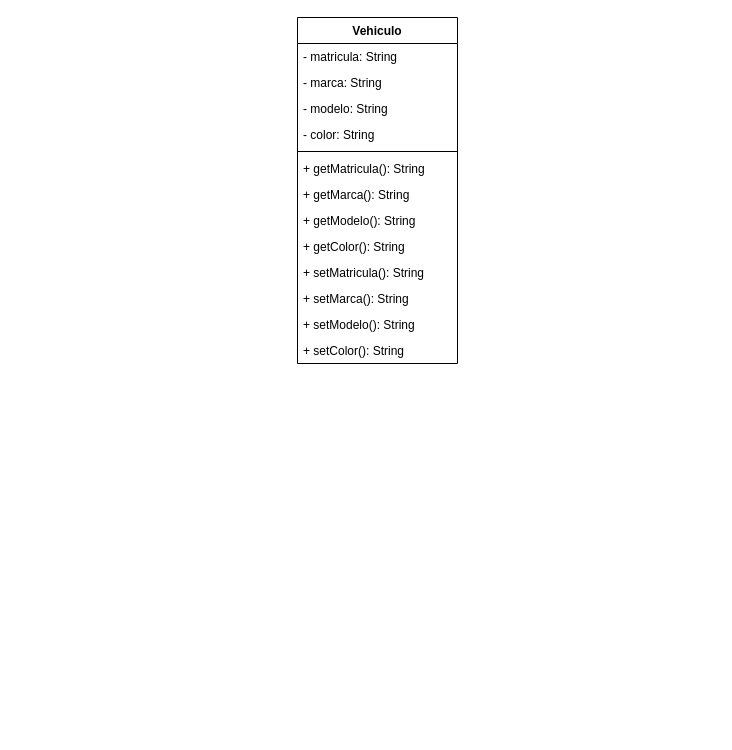
Above: Diagrama sin título.drawio in klichorf/diagramas (draw.io), before the change. Source tidied: cells renumbered, new cells numbered last; positions are measured from the earlier drawing's top-left corner, leaving out a move shared by most shapes. Both pictures are drawn from the tidied source at 100%, with x=0, y=0 at pixel (297, 17).
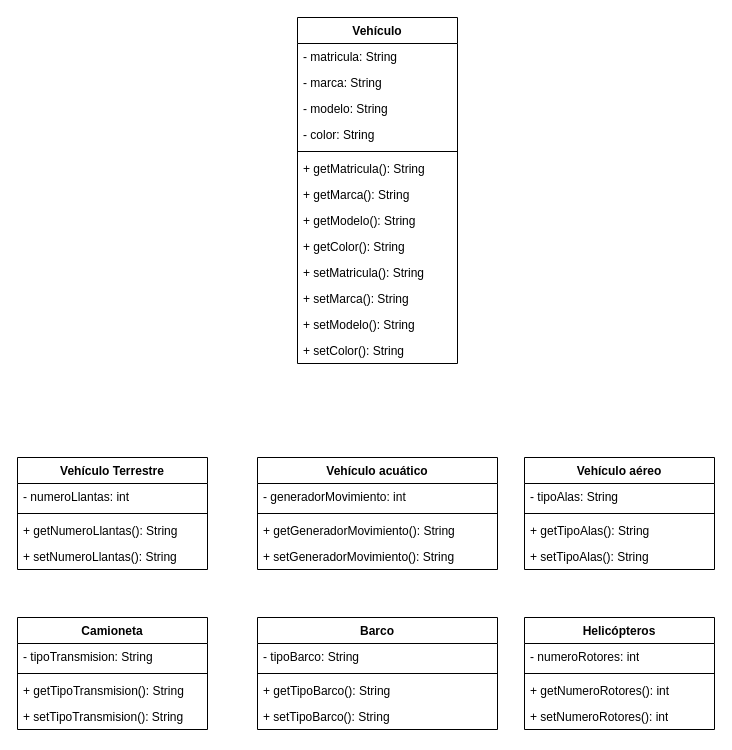
The same diagram, later.

Change to the diagram source:
```diff
@@
-    <mxCell id="2" value="Vehiculo" style="swimlane;fontStyle=1;align=center;verticalAlign=top;horizontal=1;startSize=26;whiteSpace=wrap;html=1;" parent="1" vertex="1">
+    <mxCell id="2" value="Vehículo" style="swimlane;fontStyle=1;align=center;verticalAlign=top;horizontal=1;startSize=26;whiteSpace=wrap;html=1;" parent="1" vertex="1">
       <mxGeometry width="160" height="346" as="geometry" />
     </mxCell>
@@
+    <mxCell id="16" value="Vehículo Terrestre" style="swimlane;fontStyle=1;align=center;verticalAlign=top;horizontal=1;startSize=26;whiteSpace=wrap;html=1;" parent="1" vertex="1">
+      <mxGeometry x="-280" y="440" width="190" height="112" as="geometry" />
+    </mxCell>
+    <mxCell id="17" value="- numeroLlantas: int&lt;div&gt;&lt;br&gt;&lt;/div&gt;" style="text;strokeColor=none;fillColor=none;align=left;verticalAlign=top;spacingLeft=4;spacingRight=4;overflow=hidden;whiteSpace=wrap;html=1;" parent="16" vertex="1">
+      <mxGeometry y="26" width="190" height="26" as="geometry" />
+    </mxCell>
+    <mxCell id="18" style="line;strokeWidth=1;fillColor=none;align=left;verticalAlign=middle;spacingTop=-1;spacingLeft=3;spacingRight=3;labelPosition=right;strokeColor=inherit;" parent="16" vertex="1">
+      <mxGeometry y="52" width="190" height="8" as="geometry" />
+    </mxCell>
+    <mxCell id="19" value="+ getNumeroLlantas(): String" style="text;strokeColor=none;fillColor=none;align=left;verticalAlign=top;spacingLeft=4;spacingRight=4;overflow=hidden;whiteSpace=wrap;html=1;" parent="16" vertex="1">
+      <mxGeometry y="60" width="190" height="26" as="geometry" />
+    </mxCell>
+    <mxCell id="20" value="+ setNumeroLlantas(): String" style="text;strokeColor=none;fillColor=none;align=left;verticalAlign=top;spacingLeft=4;spacingRight=4;overflow=hidden;whiteSpace=wrap;html=1;" parent="16" vertex="1">
+      <mxGeometry y="86" width="190" height="26" as="geometry" />
+    </mxCell>
+    <mxCell id="21" value="Vehículo acuático" style="swimlane;fontStyle=1;align=center;verticalAlign=top;horizontal=1;startSize=26;whiteSpace=wrap;html=1;" parent="1" vertex="1">
+      <mxGeometry x="-40" y="440" width="240" height="112" as="geometry" />
+    </mxCell>
+    <mxCell id="22" value="- generadorMovimiento: int&lt;div&gt;&lt;br&gt;&lt;/div&gt;" style="text;strokeColor=none;fillColor=none;align=left;verticalAlign=top;spacingLeft=4;spacingRight=4;overflow=hidden;whiteSpace=wrap;html=1;" parent="21" vertex="1">
+      <mxGeometry y="26" width="240" height="26" as="geometry" />
+    </mxCell>
+    <mxCell id="23" style="line;strokeWidth=1;fillColor=none;align=left;verticalAlign=middle;spacingTop=-1;spacingLeft=3;spacingRight=3;labelPosition=right;strokeColor=inherit;" parent="21" vertex="1">
+      <mxGeometry y="52" width="240" height="8" as="geometry" />
+    </mxCell>
+    <mxCell id="24" value="+ getGeneradorMovimiento(): String" style="text;strokeColor=none;fillColor=none;align=left;verticalAlign=top;spacingLeft=4;spacingRight=4;overflow=hidden;whiteSpace=wrap;html=1;" parent="21" vertex="1">
+      <mxGeometry y="60" width="240" height="26" as="geometry" />
+    </mxCell>
+    <mxCell id="25" value="+ setGeneradorMovimiento(): String" style="text;strokeColor=none;fillColor=none;align=left;verticalAlign=top;spacingLeft=4;spacingRight=4;overflow=hidden;whiteSpace=wrap;html=1;" parent="21" vertex="1">
+      <mxGeometry y="86" width="240" height="26" as="geometry" />
+    </mxCell>
+    <mxCell id="26" value="Vehículo aéreo" style="swimlane;fontStyle=1;align=center;verticalAlign=top;horizontal=1;startSize=26;whiteSpace=wrap;html=1;" parent="1" vertex="1">
+      <mxGeometry x="227" y="440" width="190" height="112" as="geometry" />
+    </mxCell>
+    <mxCell id="27" value="- tipoAlas: String&lt;div&gt;&lt;br&gt;&lt;/div&gt;" style="text;strokeColor=none;fillColor=none;align=left;verticalAlign=top;spacingLeft=4;spacingRight=4;overflow=hidden;whiteSpace=wrap;html=1;" parent="26" vertex="1">
+      <mxGeometry y="26" width="190" height="26" as="geometry" />
+    </mxCell>
+    <mxCell id="28" style="line;strokeWidth=1;fillColor=none;align=left;verticalAlign=middle;spacingTop=-1;spacingLeft=3;spacingRight=3;labelPosition=right;strokeColor=inherit;" parent="26" vertex="1">
+      <mxGeometry y="52" width="190" height="8" as="geometry" />
+    </mxCell>
+    <mxCell id="29" value="+ getTipoAlas(): String" style="text;strokeColor=none;fillColor=none;align=left;verticalAlign=top;spacingLeft=4;spacingRight=4;overflow=hidden;whiteSpace=wrap;html=1;" parent="26" vertex="1">
+      <mxGeometry y="60" width="190" height="26" as="geometry" />
+    </mxCell>
+    <mxCell id="30" value="+ setTipoAlas(): String" style="text;strokeColor=none;fillColor=none;align=left;verticalAlign=top;spacingLeft=4;spacingRight=4;overflow=hidden;whiteSpace=wrap;html=1;" parent="26" vertex="1">
+      <mxGeometry y="86" width="190" height="26" as="geometry" />
+    </mxCell>
+    <mxCell id="31" value="Camioneta" style="swimlane;fontStyle=1;align=center;verticalAlign=top;horizontal=1;startSize=26;whiteSpace=wrap;html=1;" parent="1" vertex="1">
+      <mxGeometry x="-280" y="600" width="190" height="112" as="geometry" />
+    </mxCell>
+    <mxCell id="32" value="- tipoTransmision: String&lt;div&gt;&lt;br&gt;&lt;/div&gt;" style="text;strokeColor=none;fillColor=none;align=left;verticalAlign=top;spacingLeft=4;spacingRight=4;overflow=hidden;whiteSpace=wrap;html=1;" parent="31" vertex="1">
+      <mxGeometry y="26" width="190" height="26" as="geometry" />
+    </mxCell>
+    <mxCell id="33" style="line;strokeWidth=1;fillColor=none;align=left;verticalAlign=middle;spacingTop=-1;spacingLeft=3;spacingRight=3;labelPosition=right;strokeColor=inherit;" parent="31" vertex="1">
+      <mxGeometry y="52" width="190" height="8" as="geometry" />
+    </mxCell>
+    <mxCell id="34" value="+ getTipoTransmision(): String" style="text;strokeColor=none;fillColor=none;align=left;verticalAlign=top;spacingLeft=4;spacingRight=4;overflow=hidden;whiteSpace=wrap;html=1;" parent="31" vertex="1">
+      <mxGeometry y="60" width="190" height="26" as="geometry" />
+    </mxCell>
+    <mxCell id="35" value="+ setTipoTransmision(): String" style="text;strokeColor=none;fillColor=none;align=left;verticalAlign=top;spacingLeft=4;spacingRight=4;overflow=hidden;whiteSpace=wrap;html=1;" parent="31" vertex="1">
+      <mxGeometry y="86" width="190" height="26" as="geometry" />
+    </mxCell>
+    <mxCell id="36" value="Barco" style="swimlane;fontStyle=1;align=center;verticalAlign=top;horizontal=1;startSize=26;whiteSpace=wrap;html=1;" parent="1" vertex="1">
+      <mxGeometry x="-40" y="600" width="240" height="112" as="geometry" />
+    </mxCell>
+    <mxCell id="37" value="- tipoBarco: String&lt;div&gt;&lt;br&gt;&lt;/div&gt;" style="text;strokeColor=none;fillColor=none;align=left;verticalAlign=top;spacingLeft=4;spacingRight=4;overflow=hidden;whiteSpace=wrap;html=1;" parent="36" vertex="1">
+      <mxGeometry y="26" width="240" height="26" as="geometry" />
+    </mxCell>
+    <mxCell id="38" style="line;strokeWidth=1;fillColor=none;align=left;verticalAlign=middle;spacingTop=-1;spacingLeft=3;spacingRight=3;labelPosition=right;strokeColor=inherit;" parent="36" vertex="1">
+      <mxGeometry y="52" width="240" height="8" as="geometry" />
+    </mxCell>
+    <mxCell id="39" value="+ getTipoBarco(): String" style="text;strokeColor=none;fillColor=none;align=left;verticalAlign=top;spacingLeft=4;spacingRight=4;overflow=hidden;whiteSpace=wrap;html=1;" parent="36" vertex="1">
+      <mxGeometry y="60" width="240" height="26" as="geometry" />
+    </mxCell>
+    <mxCell id="40" value="+ setTipoBarco(): String" style="text;strokeColor=none;fillColor=none;align=left;verticalAlign=top;spacingLeft=4;spacingRight=4;overflow=hidden;whiteSpace=wrap;html=1;" parent="36" vertex="1">
+      <mxGeometry y="86" width="240" height="26" as="geometry" />
+    </mxCell>
+    <mxCell id="41" value="Helicópteros" style="swimlane;fontStyle=1;align=center;verticalAlign=top;horizontal=1;startSize=26;whiteSpace=wrap;html=1;" parent="1" vertex="1">
+      <mxGeometry x="227" y="600" width="190" height="112" as="geometry" />
+    </mxCell>
+    <mxCell id="42" value="- numeroRotores: int&lt;div&gt;&lt;br&gt;&lt;/div&gt;" style="text;strokeColor=none;fillColor=none;align=left;verticalAlign=top;spacingLeft=4;spacingRight=4;overflow=hidden;whiteSpace=wrap;html=1;" parent="41" vertex="1">
+      <mxGeometry y="26" width="190" height="26" as="geometry" />
+    </mxCell>
+    <mxCell id="43" style="line;strokeWidth=1;fillColor=none;align=left;verticalAlign=middle;spacingTop=-1;spacingLeft=3;spacingRight=3;labelPosition=right;strokeColor=inherit;" parent="41" vertex="1">
+      <mxGeometry y="52" width="190" height="8" as="geometry" />
+    </mxCell>
+    <mxCell id="44" value="+ getNumeroRotores(): int" style="text;strokeColor=none;fillColor=none;align=left;verticalAlign=top;spacingLeft=4;spacingRight=4;overflow=hidden;whiteSpace=wrap;html=1;" parent="41" vertex="1">
+      <mxGeometry y="60" width="190" height="26" as="geometry" />
+    </mxCell>
+    <mxCell id="45" value="+ setNumeroRotores(): int" style="text;strokeColor=none;fillColor=none;align=left;verticalAlign=top;spacingLeft=4;spacingRight=4;overflow=hidden;whiteSpace=wrap;html=1;" parent="41" vertex="1">
+      <mxGeometry y="86" width="190" height="26" as="geometry" />
+    </mxCell>
```
